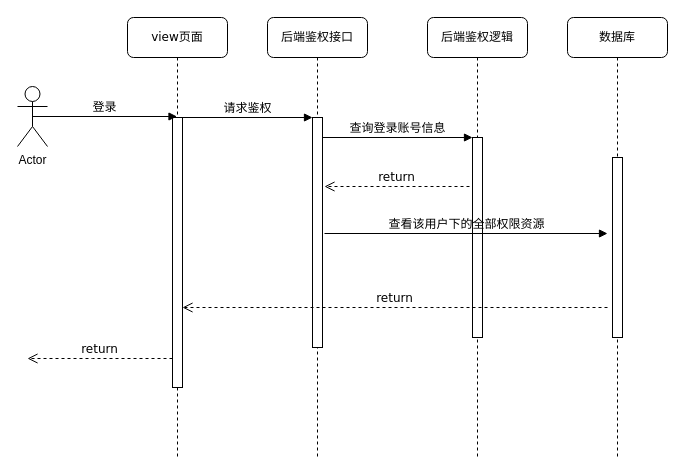
Before: 登录授权时序图.drawio in FelixTt/repositoryForDraw.io, a draw.io diagram. Source tidied: cells renumbered, new cells numbered last; positions are measured from the earlier drawing's top-left corner, leaving out a move shared by most shapes. Both pictures are drawn from the tidied source at 100%, with x=0, y=0 at pixel (17, 17).
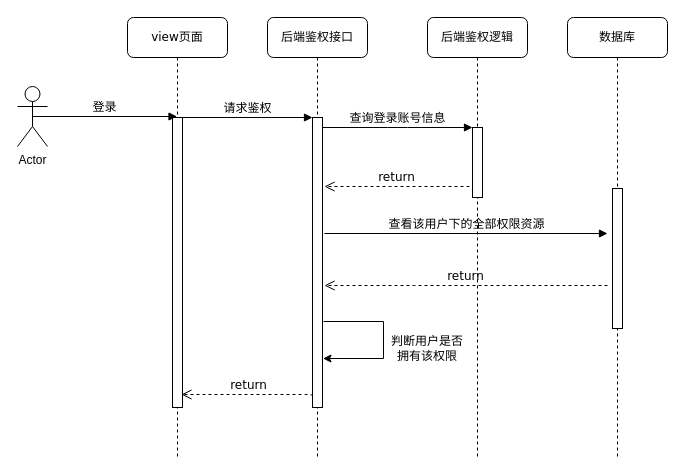
Above is the later version.

Commit message (it also covers changes not shown here):
更新登录授权时序图.drawio

Unchanged cells that the change refers to:
```xml
<mxCell id="2" value="后端鉴权接口" style="shape=umlLifeline;perimeter=lifelinePerimeter;whiteSpace=wrap;html=1;rounded=1;shadow=0;comic=0;labelBackgroundColor=none;strokeWidth=1;fontFamily=Verdana;fontSize=12;align=center;" parent="1" vertex="1">
  <mxGeometry x="250" width="100" height="440" as="geometry" />
</mxCell>
<mxCell id="4" value="后端鉴权逻辑" style="shape=umlLifeline;perimeter=lifelinePerimeter;whiteSpace=wrap;html=1;rounded=1;shadow=0;comic=0;labelBackgroundColor=none;strokeWidth=1;fontFamily=Verdana;fontSize=12;align=center;" parent="1" vertex="1">
  <mxGeometry x="410" width="100" height="440" as="geometry" />
</mxCell>
<mxCell id="7" value="view页面" style="shape=umlLifeline;perimeter=lifelinePerimeter;whiteSpace=wrap;html=1;outlineConnect=0;rounded=1;shadow=0;comic=0;labelBackgroundColor=none;strokeWidth=1;fontFamily=Verdana;fontSize=12;align=center;" parent="1" vertex="1">
  <mxGeometry x="110" width="100" height="440" as="geometry" />
</mxCell>
```

Change to the diagram source:
```diff
@@
     <mxCell id="3" style="html=1;points=[];perimeter=orthogonalPerimeter;rounded=0;shadow=0;comic=0;labelBackgroundColor=none;strokeWidth=1;fontFamily=Verdana;fontSize=12;align=center;" parent="2" vertex="1">
-      <mxGeometry x="45" y="100" width="10" height="230" as="geometry" />
+      <mxGeometry x="45" y="100" width="10" height="290" as="geometry" />
     </mxCell>
+    <mxCell id="17" value="return" style="html=1;verticalAlign=bottom;endArrow=open;dashed=1;endSize=8;labelBackgroundColor=none;fontFamily=Verdana;fontSize=12;edgeStyle=elbowEdgeStyle;elbow=vertical;exitX=0.1;exitY=0.972;exitDx=0;exitDy=0;exitPerimeter=0;" parent="2" edge="1">
+      <mxGeometry relative="1" as="geometry">
+        <mxPoint x="45" y="378.7" as="sourcePoint" />
+        <mxPoint x="-86" y="377" as="targetPoint" />
+        <Array as="points">
+          <mxPoint x="-11" y="377" />
+          <mxPoint x="19" y="377" />
+        </Array>
+      </mxGeometry>
+    </mxCell>
@@
     <mxCell id="5" style="html=1;points=[];perimeter=orthogonalPerimeter;rounded=0;shadow=0;comic=0;labelBackgroundColor=none;strokeWidth=1;fontFamily=Verdana;fontSize=12;align=center;" parent="4" vertex="1">
-      <mxGeometry x="45" y="120" width="10" height="200" as="geometry" />
+      <mxGeometry x="45" y="110" width="10" height="70" as="geometry" />
     </mxCell>
@@
     <mxCell id="8" style="html=1;points=[];perimeter=orthogonalPerimeter;rounded=0;shadow=0;comic=0;labelBackgroundColor=none;strokeWidth=1;fontFamily=Verdana;fontSize=12;align=center;" parent="7" vertex="1">
-      <mxGeometry x="45" y="100" width="10" height="270" as="geometry" />
+      <mxGeometry x="45" y="100" width="10" height="290" as="geometry" />
     </mxCell>
     <mxCell id="9" style="html=1;perimeter=orthogonalPerimeter;rounded=0;shadow=0;comic=0;labelBackgroundColor=none;strokeWidth=1;fontFamily=Verdana;fontSize=12;align=center;" parent="1" vertex="1">
-      <mxGeometry x="595" y="140" width="10" height="180" as="geometry" />
+      <mxGeometry x="595" y="171" width="10" height="140" as="geometry" />
     </mxCell>
-    <mxCell id="10" value="return" style="html=1;verticalAlign=bottom;endArrow=open;dashed=1;endSize=8;labelBackgroundColor=none;fontFamily=Verdana;fontSize=12;edgeStyle=elbowEdgeStyle;elbow=vertical;" parent="1" edge="1" target="8">
+    <mxCell id="10" value="return" style="html=1;verticalAlign=bottom;endArrow=open;dashed=1;endSize=8;labelBackgroundColor=none;fontFamily=Verdana;fontSize=12;edgeStyle=elbowEdgeStyle;elbow=vertical;" parent="1" edge="1">
       <mxGeometry relative="1" as="geometry">
-        <mxPoint x="590" y="290" as="sourcePoint" />
+        <mxPoint x="590" y="268" as="sourcePoint" />
+        <mxPoint x="307" y="268" as="targetPoint" />
         <Array as="points">
-          <mxPoint x="410" y="290" />
-          <mxPoint x="580" y="520" />
+          <mxPoint x="407" y="268" />
+          <mxPoint x="577" y="498" />
         </Array>
       </mxGeometry>
     </mxCell>
@@
-    <mxCell id="17" value="return" style="html=1;verticalAlign=bottom;endArrow=open;dashed=1;endSize=8;labelBackgroundColor=none;fontFamily=Verdana;fontSize=12;edgeStyle=elbowEdgeStyle;elbow=vertical;" parent="1" edge="1">
-      <mxGeometry relative="1" as="geometry">
-        <mxPoint x="155" y="341" as="sourcePoint" />
-        <mxPoint x="10" y="341" as="targetPoint" />
-        <Array as="points">
-          <mxPoint x="85" y="341" />
-          <mxPoint x="115" y="341" />
-        </Array>
-      </mxGeometry>
-    </mxCell>
+    <mxCell id="18" style="edgeStyle=elbowEdgeStyle;elbow=horizontal;endArrow=classic;html=1;rounded=0;" parent="1" edge="1">
+      <mxGeometry relative="1" as="geometry">
+        <mxPoint x="306" y="304" as="sourcePoint" />
+        <mxPoint x="305.5" y="341" as="targetPoint" />
+        <Array as="points">
+          <mxPoint x="366" y="341" />
+          <mxPoint x="396" y="351" />
+          <mxPoint x="406" y="331" />
+        </Array>
+      </mxGeometry>
+    </mxCell>
+    <mxCell id="19" value="判断用户是否拥有该权限" style="rounded=0;whiteSpace=wrap;html=1;strokeColor=#FFFFFF;" parent="1" vertex="1">
+      <mxGeometry x="370" y="301" width="80" height="60" as="geometry" />
+    </mxCell>
```
